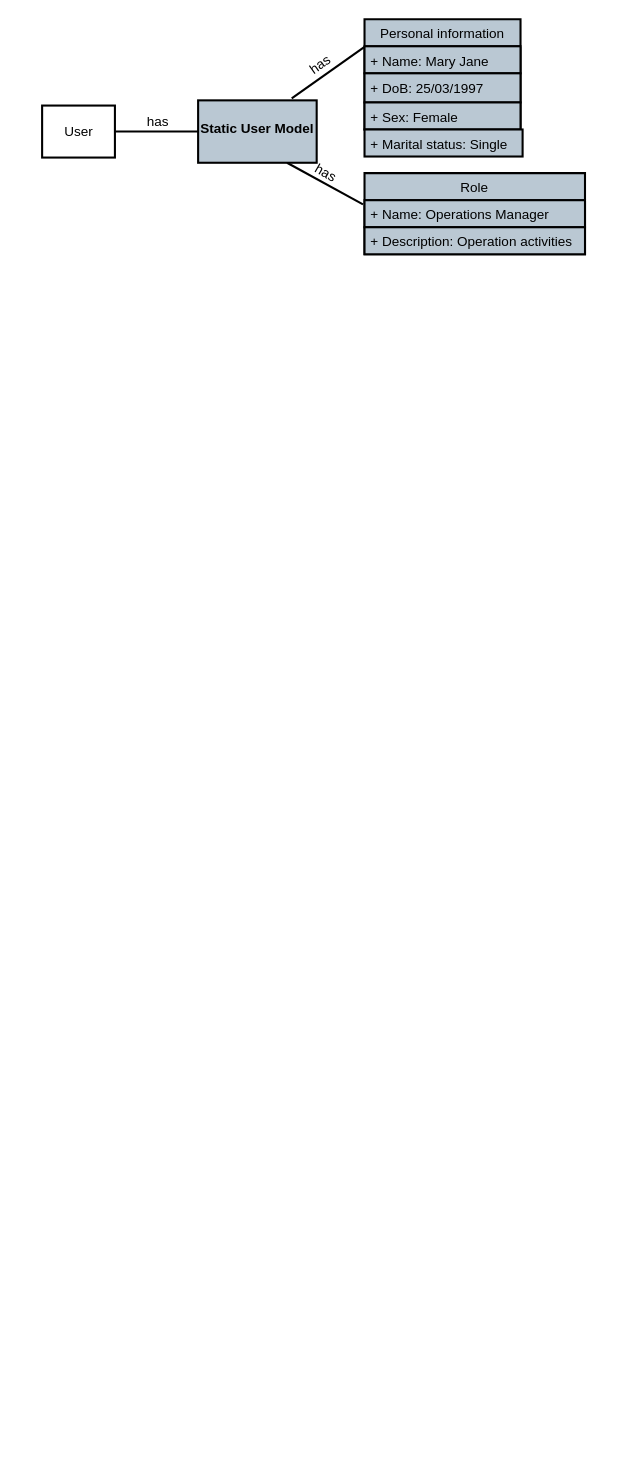
Earlier version of the draw.io diagram User model implemetations.drawio (oluwande/zmPDSwR). Source tidied: cells renumbered, new cells numbered last; positions are measured from the earlier drawing's top-left corner, leaving out a move shared by most shapes. Both pictures are drawn from the tidied source at 104%, with x=0, y=0 at pixel (42, 19).
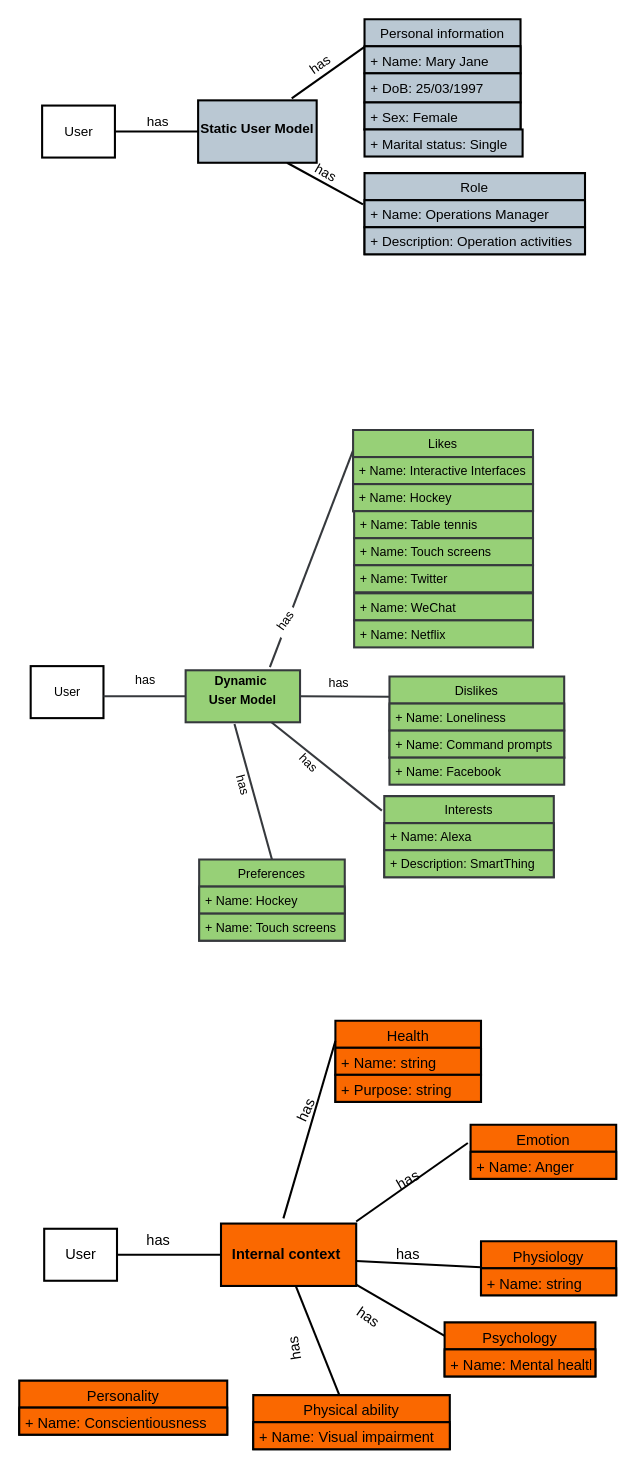
The same page after the edit.

Change to the diagram source:
```diff
@@
+    <mxCell id="18" value="User" style="html=1;strokeWidth=2;" parent="1" vertex="1">
+      <mxGeometry x="-11" y="622" width="70" height="50" as="geometry" />
+    </mxCell>
+    <mxCell id="19" value="&lt;p style=&quot;margin: 0px ; margin-top: 4px ; text-align: center&quot;&gt;&lt;b&gt;Dynamic&amp;nbsp;&lt;/b&gt;&lt;/p&gt;&lt;p style=&quot;margin: 0px ; margin-top: 4px ; text-align: center&quot;&gt;&lt;b&gt;User Model&lt;/b&gt;&lt;/p&gt;" style="verticalAlign=top;align=left;overflow=fill;fontSize=12;fontFamily=Helvetica;html=1;strokeColor=#36393d;strokeWidth=2;fillColor=#97D077;" parent="1" vertex="1">
+      <mxGeometry x="138" y="626" width="110" height="50" as="geometry" />
+    </mxCell>
+    <mxCell id="20" style="endArrow=none;html=1;rounded=0;strokeWidth=2;entryX=0;entryY=0.5;entryDx=0;entryDy=0;fillColor=#cdeb8b;strokeColor=#36393d;" parent="1" edge="1" target="19">
+      <mxGeometry relative="1" as="geometry">
+        <mxPoint x="59" y="651" as="sourcePoint" />
+      </mxGeometry>
+    </mxCell>
+    <mxCell id="21" value="has" style="text;html=1;align=center;verticalAlign=middle;strokeColor=#FFFFFF;fillColor=#FFFFFF;strokeWidth=2;" parent="1" vertex="1">
+      <mxGeometry x="84" y="626" width="30" height="20" as="geometry" />
+    </mxCell>
+    <mxCell id="22" value="Likes" style="swimlane;fontStyle=0;horizontal=1;startSize=26;fillColor=#97D077;strokeColor=#36393d;strokeWidth=2;" parent="1" vertex="1">
+      <mxGeometry x="299" y="395" width="173" height="78" as="geometry" />
+    </mxCell>
+    <mxCell id="23" value="+ Name: Interactive Interfaces" style="text;strokeColor=#36393d;fillColor=#97D077;align=left;verticalAlign=top;spacingLeft=4;spacingRight=4;overflow=hidden;strokeWidth=2;" parent="22" vertex="1">
+      <mxGeometry y="26" width="173" height="26" as="geometry" />
+    </mxCell>
+    <mxCell id="24" value="+ Name: Hockey" style="text;strokeColor=#36393d;fillColor=#97D077;align=left;verticalAlign=top;spacingLeft=4;spacingRight=4;overflow=hidden;strokeWidth=2;" parent="22" vertex="1">
+      <mxGeometry y="52" width="173" height="26" as="geometry" />
+    </mxCell>
+    <mxCell id="25" value="Dislikes" style="swimlane;fontStyle=0;horizontal=1;startSize=26;fillColor=#97D077;strokeColor=#36393d;strokeWidth=2;" parent="1" vertex="1">
+      <mxGeometry x="334" y="632" width="168" height="78" as="geometry" />
+    </mxCell>
+    <mxCell id="26" value="+ Name: Loneliness" style="text;strokeColor=#36393d;fillColor=#97D077;align=left;verticalAlign=top;spacingLeft=4;spacingRight=4;overflow=hidden;strokeWidth=2;" parent="25" vertex="1">
+      <mxGeometry y="26" width="168" height="26" as="geometry" />
+    </mxCell>
+    <mxCell id="27" value="+ Name: Command prompts" style="text;strokeColor=#36393d;fillColor=#97D077;align=left;verticalAlign=top;spacingLeft=4;spacingRight=4;overflow=hidden;strokeWidth=2;" parent="25" vertex="1">
+      <mxGeometry y="52" width="168" height="26" as="geometry" />
+    </mxCell>
+    <mxCell id="28" value="Preferences" style="swimlane;fontStyle=0;horizontal=1;startSize=26;fillColor=#97D077;strokeColor=#36393d;strokeWidth=2;" parent="1" vertex="1">
+      <mxGeometry x="151" y="808" width="140" height="78" as="geometry" />
+    </mxCell>
+    <mxCell id="29" value="+ Name: Hockey" style="text;strokeColor=#36393d;fillColor=#97D077;align=left;verticalAlign=top;spacingLeft=4;spacingRight=4;overflow=hidden;strokeWidth=2;" parent="28" vertex="1">
+      <mxGeometry y="26" width="140" height="26" as="geometry" />
+    </mxCell>
+    <mxCell id="30" value="+ Name: Touch screens" style="text;strokeColor=#36393d;fillColor=#97D077;align=left;verticalAlign=top;spacingLeft=4;spacingRight=4;overflow=hidden;strokeWidth=2;" parent="28" vertex="1">
+      <mxGeometry y="52" width="140" height="26" as="geometry" />
+    </mxCell>
+    <mxCell id="31" value="Interests" style="swimlane;fontStyle=0;horizontal=1;startSize=26;fillColor=#97D077;strokeColor=#36393d;strokeWidth=2;" parent="1" vertex="1">
+      <mxGeometry x="329" y="747" width="163" height="78" as="geometry" />
+    </mxCell>
+    <mxCell id="32" value="+ Name: Alexa" style="text;strokeColor=#36393d;fillColor=#97D077;align=left;verticalAlign=top;spacingLeft=4;spacingRight=4;overflow=hidden;strokeWidth=2;" parent="31" vertex="1">
+      <mxGeometry y="26" width="163" height="26" as="geometry" />
+    </mxCell>
+    <mxCell id="33" value="+ Description: SmartThing" style="text;strokeColor=#36393d;fillColor=#97D077;align=left;verticalAlign=top;spacingLeft=4;spacingRight=4;overflow=hidden;strokeWidth=2;" parent="31" vertex="1">
+      <mxGeometry y="52" width="163" height="26" as="geometry" />
+    </mxCell>
+    <mxCell id="34" style="endArrow=none;html=1;rounded=0;strokeWidth=2;entryX=0;entryY=0.25;entryDx=0;entryDy=0;fillColor=#cdeb8b;strokeColor=#36393d;" parent="1" edge="1" target="22">
+      <mxGeometry relative="1" as="geometry">
+        <mxPoint x="219" y="623" as="sourcePoint" />
+      </mxGeometry>
+    </mxCell>
+    <mxCell id="35" style="endArrow=none;html=1;rounded=0;strokeWidth=2;exitX=1;exitY=0.5;exitDx=0;exitDy=0;entryX=0;entryY=0.25;entryDx=0;entryDy=0;fillColor=#cdeb8b;strokeColor=#36393d;" parent="1" edge="1" source="19" target="25">
+      <mxGeometry relative="1" as="geometry" />
+    </mxCell>
+    <mxCell id="36" style="endArrow=none;html=1;rounded=0;strokeWidth=2;entryX=0.427;entryY=1.033;entryDx=0;entryDy=0;entryPerimeter=0;fillColor=#cdeb8b;strokeColor=#36393d;exitX=0.5;exitY=0;exitDx=0;exitDy=0;" parent="1" edge="1" source="28" target="19">
+      <mxGeometry relative="1" as="geometry" />
+    </mxCell>
+    <mxCell id="37" style="endArrow=none;html=1;rounded=0;strokeWidth=2;exitX=0.75;exitY=1;exitDx=0;exitDy=0;entryX=-0.014;entryY=0.179;entryDx=0;entryDy=0;entryPerimeter=0;fillColor=#cdeb8b;strokeColor=#36393d;" parent="1" edge="1" source="19" target="31">
+      <mxGeometry relative="1" as="geometry" />
+    </mxCell>
+    <mxCell id="38" value="has" style="text;html=1;align=center;verticalAlign=middle;strokeColor=#FFFFFF;fillColor=#FFFFFF;rotation=-55;strokeWidth=0;" parent="1" vertex="1">
+      <mxGeometry x="219" y="569" width="30" height="20" as="geometry" />
+    </mxCell>
+    <mxCell id="39" value="has" style="text;html=1;align=center;verticalAlign=middle;strokeColor=#FFFFFF;fillColor=#FFFFFF;rotation=0;strokeWidth=0;" parent="1" vertex="1">
+      <mxGeometry x="270" y="629" width="30" height="20" as="geometry" />
+    </mxCell>
+    <mxCell id="40" value="has" style="text;html=1;align=center;verticalAlign=middle;rotation=45;" parent="1" vertex="1">
+      <mxGeometry x="241" y="705" width="30" height="20" as="geometry" />
+    </mxCell>
+    <mxCell id="41" value="has" style="text;html=1;align=center;verticalAlign=middle;rotation=75;" parent="1" vertex="1">
+      <mxGeometry x="178" y="726" width="30" height="20" as="geometry" />
+    </mxCell>
+    <mxCell id="42" value="+ Name: Table tennis" style="text;strokeColor=#36393d;fillColor=#97D077;align=left;verticalAlign=top;spacingLeft=4;spacingRight=4;overflow=hidden;strokeWidth=2;" parent="1" vertex="1">
+      <mxGeometry x="300" y="473" width="172" height="26" as="geometry" />
+    </mxCell>
+    <mxCell id="43" value="+ Name: Touch screens" style="text;strokeColor=#36393d;fillColor=#97D077;align=left;verticalAlign=top;spacingLeft=4;spacingRight=4;overflow=hidden;strokeWidth=2;" parent="1" vertex="1">
+      <mxGeometry x="300" y="499" width="172" height="26" as="geometry" />
+    </mxCell>
+    <mxCell id="44" value="+ Name: Twitter" style="text;strokeColor=#36393d;fillColor=#97D077;align=left;verticalAlign=top;spacingLeft=4;spacingRight=4;overflow=hidden;strokeWidth=2;" parent="1" vertex="1">
+      <mxGeometry x="300" y="525" width="172" height="26" as="geometry" />
+    </mxCell>
+    <mxCell id="45" value="+ Name: WeChat" style="text;strokeColor=#36393d;fillColor=#97D077;align=left;verticalAlign=top;spacingLeft=4;spacingRight=4;overflow=hidden;strokeWidth=2;" parent="1" vertex="1">
+      <mxGeometry x="300" y="552" width="172" height="26" as="geometry" />
+    </mxCell>
+    <mxCell id="46" value="+ Name: Netflix" style="text;strokeColor=#36393d;fillColor=#97D077;align=left;verticalAlign=top;spacingLeft=4;spacingRight=4;overflow=hidden;strokeWidth=2;" parent="1" vertex="1">
+      <mxGeometry x="300" y="578" width="172" height="26" as="geometry" />
+    </mxCell>
+    <mxCell id="47" value="+ Name: Facebook" style="text;strokeColor=#36393d;fillColor=#97D077;align=left;verticalAlign=top;spacingLeft=4;spacingRight=4;overflow=hidden;strokeWidth=2;" parent="1" vertex="1">
+      <mxGeometry x="334" y="710" width="168" height="26" as="geometry" />
+    </mxCell>
+    <mxCell id="48" value="User" style="html=1;fontSize=14;strokeWidth=2;" parent="1" vertex="1">
+      <mxGeometry x="2" y="1163" width="70" height="50" as="geometry" />
+    </mxCell>
+    <mxCell id="49" value="Psychology" style="swimlane;fontStyle=0;align=center;verticalAlign=top;horizontal=1;startSize=26;fillColor=#fa6800;strokeColor=#000000;strokeWidth=2;fontColor=#000000;fontSize=14;" parent="1" vertex="1">
+      <mxGeometry x="387" y="1253" width="145" height="52" as="geometry" />
+    </mxCell>
+    <mxCell id="50" value="+ Name: Mental health" style="text;strokeColor=#000000;fillColor=#fa6800;align=left;verticalAlign=top;spacingLeft=4;spacingRight=4;overflow=hidden;strokeWidth=2;fontColor=#000000;fontSize=14;" parent="49" vertex="1">
+      <mxGeometry y="26" width="145" height="26" as="geometry" />
+    </mxCell>
+    <mxCell id="51" value="Health" style="swimlane;fontStyle=0;align=center;verticalAlign=top;horizontal=1;startSize=26;fillColor=#fa6800;strokeColor=#000000;strokeWidth=2;fontColor=#000000;fontSize=14;" parent="1" vertex="1">
+      <mxGeometry x="282" y="963" width="140" height="78" as="geometry" />
+    </mxCell>
+    <mxCell id="52" value="+ Name: string" style="text;strokeColor=#000000;fillColor=#fa6800;align=left;verticalAlign=top;spacingLeft=4;spacingRight=4;overflow=hidden;strokeWidth=2;fontColor=#000000;fontSize=14;" parent="51" vertex="1">
+      <mxGeometry y="26" width="140" height="26" as="geometry" />
+    </mxCell>
+    <mxCell id="53" value="+ Purpose: string" style="text;strokeColor=#000000;fillColor=#fa6800;align=left;verticalAlign=top;spacingLeft=4;spacingRight=4;overflow=hidden;strokeWidth=2;fontColor=#000000;fontSize=14;" parent="51" vertex="1">
+      <mxGeometry y="52" width="140" height="26" as="geometry" />
+    </mxCell>
+    <mxCell id="54" value="Emotion" style="swimlane;fontStyle=0;align=center;verticalAlign=top;horizontal=1;startSize=26;fillColor=#FA6800;strokeColor=#000000;strokeWidth=2;fontColor=#000000;fontSize=14;" parent="1" vertex="1">
+      <mxGeometry x="412" y="1063" width="140" height="52" as="geometry" />
+    </mxCell>
+    <mxCell id="55" value="+ Name: Anger" style="text;strokeColor=#000000;fillColor=#fa6800;align=left;verticalAlign=top;spacingLeft=4;spacingRight=4;overflow=hidden;strokeWidth=2;fontColor=#000000;fontSize=14;" parent="54" vertex="1">
+      <mxGeometry y="26" width="140" height="26" as="geometry" />
+    </mxCell>
+    <mxCell id="56" value="Physiology" style="swimlane;fontStyle=0;align=center;verticalAlign=top;horizontal=1;startSize=26;fillColor=#fa6800;strokeColor=#000000;strokeWidth=2;fontColor=#000000;fontSize=14;" parent="1" vertex="1">
+      <mxGeometry x="422" y="1175" width="130" height="52" as="geometry" />
+    </mxCell>
+    <mxCell id="57" value="+ Name: string" style="text;strokeColor=#000000;fillColor=#fa6800;align=left;verticalAlign=top;spacingLeft=4;spacingRight=4;overflow=hidden;points=[[0,0.5],[1,0.5]];portConstraint=eastwest;strokeWidth=2;fontColor=#000000;fontSize=14;" parent="56" vertex="1">
+      <mxGeometry y="26" width="130" height="26" as="geometry" />
+    </mxCell>
+    <mxCell id="58" style="endArrow=none;html=1;rounded=0;entryX=0;entryY=0.25;entryDx=0;entryDy=0;fontSize=14;strokeWidth=2;" parent="1" edge="1" target="51">
+      <mxGeometry relative="1" as="geometry">
+        <mxPoint x="232" y="1153" as="sourcePoint" />
+      </mxGeometry>
+    </mxCell>
+    <mxCell id="59" style="endArrow=none;html=1;rounded=0;exitX=1;exitY=0.25;exitDx=0;exitDy=0;entryX=-0.019;entryY=0.337;entryDx=0;entryDy=0;entryPerimeter=0;fontSize=14;strokeWidth=2;" parent="1" edge="1" target="54">
+      <mxGeometry relative="1" as="geometry">
+        <mxPoint x="302" y="1156" as="sourcePoint" />
+      </mxGeometry>
+    </mxCell>
+    <mxCell id="60" style="endArrow=none;html=1;rounded=0;exitX=1;exitY=0.962;exitDx=0;exitDy=0;entryX=0;entryY=-0.038;entryDx=0;entryDy=0;entryPerimeter=0;exitPerimeter=0;fontSize=14;strokeWidth=2;" parent="1" edge="1" target="57">
+      <mxGeometry relative="1" as="geometry">
+        <mxPoint x="302" y="1194" as="sourcePoint" />
+      </mxGeometry>
+    </mxCell>
+    <mxCell id="61" style="endArrow=none;html=1;rounded=0;entryX=0;entryY=0.25;entryDx=0;entryDy=0;exitX=0.757;exitY=1.077;exitDx=0;exitDy=0;exitPerimeter=0;fontSize=14;strokeWidth=2;" parent="1" edge="1" target="49">
+      <mxGeometry relative="1" as="geometry">
+        <mxPoint x="268" y="1197" as="sourcePoint" />
+      </mxGeometry>
+    </mxCell>
+    <mxCell id="62" style="endArrow=none;html=1;rounded=0;exitX=1;exitY=0.5;exitDx=0;exitDy=0;entryX=0;entryY=0.5;entryDx=0;entryDy=0;fontSize=14;strokeWidth=2;" parent="1" edge="1" source="48" target="72">
+      <mxGeometry relative="1" as="geometry" />
+    </mxCell>
+    <mxCell id="63" value="has" style="text;html=1;strokeColor=none;fillColor=none;align=center;verticalAlign=middle;whiteSpace=wrap;rounded=0;fontSize=14;strokeWidth=2;" parent="1" vertex="1">
+      <mxGeometry x="82" y="1159" width="60" height="30" as="geometry" />
+    </mxCell>
+    <mxCell id="64" value="has" style="text;html=1;strokeColor=none;fillColor=none;align=center;verticalAlign=middle;whiteSpace=wrap;rounded=0;rotation=-65;fontSize=14;strokeWidth=2;" parent="1" vertex="1">
+      <mxGeometry x="224" y="1034" width="60" height="30" as="geometry" />
+    </mxCell>
+    <mxCell id="65" value="has" style="text;html=1;strokeColor=none;fillColor=none;align=center;verticalAlign=middle;whiteSpace=wrap;rounded=0;rotation=-30;fontSize=14;strokeWidth=2;" parent="1" vertex="1">
+      <mxGeometry x="322" y="1101" width="60" height="30" as="geometry" />
+    </mxCell>
+    <mxCell id="66" value="has" style="text;html=1;strokeColor=none;fillColor=none;align=center;verticalAlign=middle;whiteSpace=wrap;rounded=0;rotation=0;fontSize=14;strokeWidth=2;" parent="1" vertex="1">
+      <mxGeometry x="322" y="1173" width="60" height="30" as="geometry" />
+    </mxCell>
+    <mxCell id="67" value="has" style="text;html=1;strokeColor=none;fillColor=none;align=center;verticalAlign=middle;whiteSpace=wrap;rounded=0;rotation=35;fontSize=14;strokeWidth=2;" parent="1" vertex="1">
+      <mxGeometry x="284" y="1233" width="60" height="30" as="geometry" />
+    </mxCell>
+    <mxCell id="68" value="Physical ability" style="swimlane;fontStyle=0;align=center;verticalAlign=top;horizontal=1;startSize=26;fillColor=#FA6800;strokeColor=#000000;strokeWidth=2;fontColor=#000000;fontSize=14;" parent="1" vertex="1">
+      <mxGeometry x="203" y="1323" width="189" height="52" as="geometry" />
+    </mxCell>
+    <mxCell id="69" value="+ Name: Visual impairment" style="text;strokeColor=#000000;fillColor=#FA6800;align=left;verticalAlign=top;spacingLeft=4;spacingRight=4;overflow=hidden;strokeWidth=2;fontColor=#000000;fontSize=14;" parent="68" vertex="1">
+      <mxGeometry y="26" width="189" height="26" as="geometry" />
+    </mxCell>
+    <mxCell id="70" style="endArrow=none;html=1;rounded=0;entryX=0.438;entryY=0;entryDx=0;entryDy=0;entryPerimeter=0;startArrow=none;exitX=0.538;exitY=0.917;exitDx=0;exitDy=0;exitPerimeter=0;fontSize=14;strokeWidth=2;" parent="1" edge="1" source="72" target="68">
+      <mxGeometry relative="1" as="geometry" />
+    </mxCell>
+    <mxCell id="71" value="has" style="text;html=1;strokeColor=none;fillColor=none;align=center;verticalAlign=middle;whiteSpace=wrap;rounded=0;rotation=-99;fontSize=14;strokeWidth=2;" parent="1" vertex="1">
+      <mxGeometry x="213" y="1263" width="60" height="30" as="geometry" />
+    </mxCell>
+    <mxCell id="72" value="&lt;b&gt;Internal context&amp;nbsp;&lt;/b&gt;" style="rounded=0;whiteSpace=wrap;html=1;strokeColor=#000000;strokeWidth=2;fillColor=#FA6800;fontSize=14;" parent="1" vertex="1">
+      <mxGeometry x="172" y="1158" width="130" height="60" as="geometry" />
+    </mxCell>
+    <mxCell id="73" value="Personality" style="swimlane;fontStyle=0;align=center;verticalAlign=top;horizontal=1;startSize=26;fillColor=#FA6800;strokeColor=#000000;strokeWidth=2;fontColor=#000000;fontSize=14;" parent="1" vertex="1">
+      <mxGeometry x="-22" y="1309" width="200" height="52" as="geometry" />
+    </mxCell>
+    <mxCell id="74" value="+ Name: Conscientiousness" style="text;strokeColor=#000000;fillColor=#fa6800;align=left;verticalAlign=top;spacingLeft=4;spacingRight=4;overflow=hidden;strokeWidth=2;fontColor=#000000;fontSize=14;" parent="73" vertex="1">
+      <mxGeometry y="26" width="200" height="26" as="geometry" />
+    </mxCell>
```
